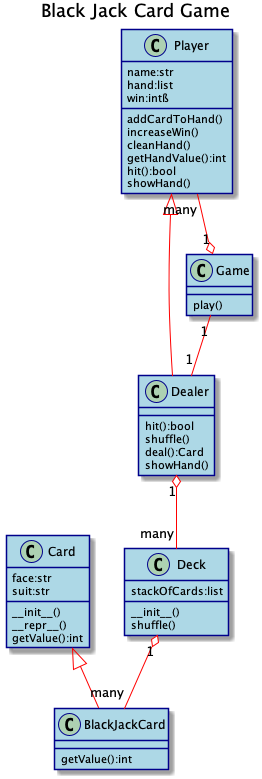
Before: images/BlackJackCardGame.png, a diagram exported from PlantUML (jwang1122/mycourses).
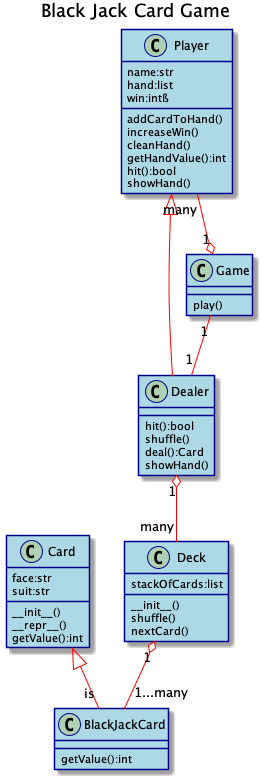
Later version of the same file.

Diff of the diagram source:
```diff
@@ -8,7 +8,7 @@
 title Black Jack Card Game
 class Card
 class BlackJackCard
-Card <|-- BlackJackCard
+Card <|-- "is" BlackJackCard
 
 Card : face:str
 Card : suit:str
@@ -18,10 +18,11 @@
 
 BlackJackCard : getValue():int
 
-Deck "1" o-- "many" BlackJackCard
+Deck "1" o-- "1...many" BlackJackCard
 Deck : stackOfCards:list
 Deck : __init__()
 Deck : shuffle()
+Deck : nextCard()
 
 class Player
 class Dealer
```
